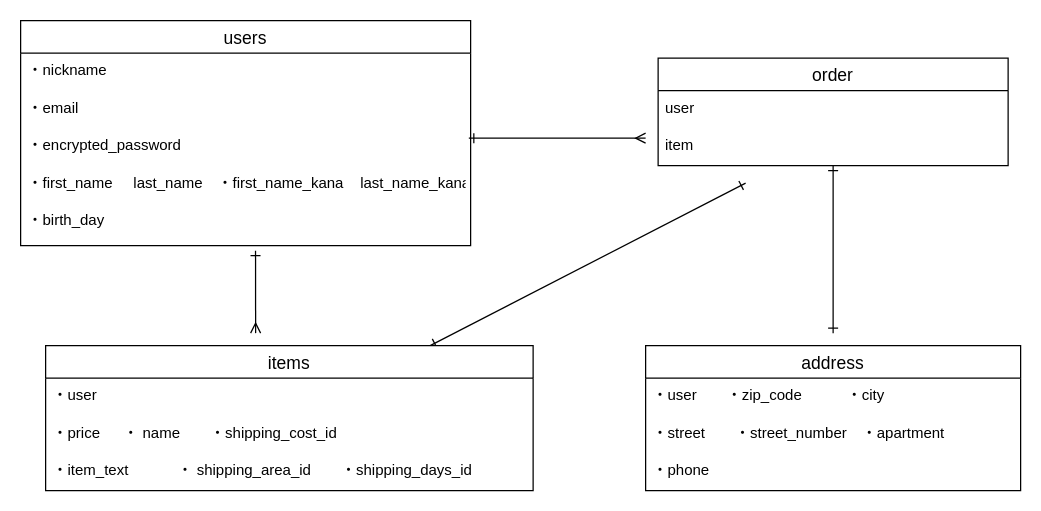
The draw.io diagram test.dio in megumi04/furima-37659, before the edit. Source tidied: cells renumbered, new cells numbered last; positions are measured from the earlier drawing's top-left corner, leaving out a move shared by most shapes. Both pictures are drawn from the tidied source at 125%, with x=0, y=0 at pixel (20, 20).
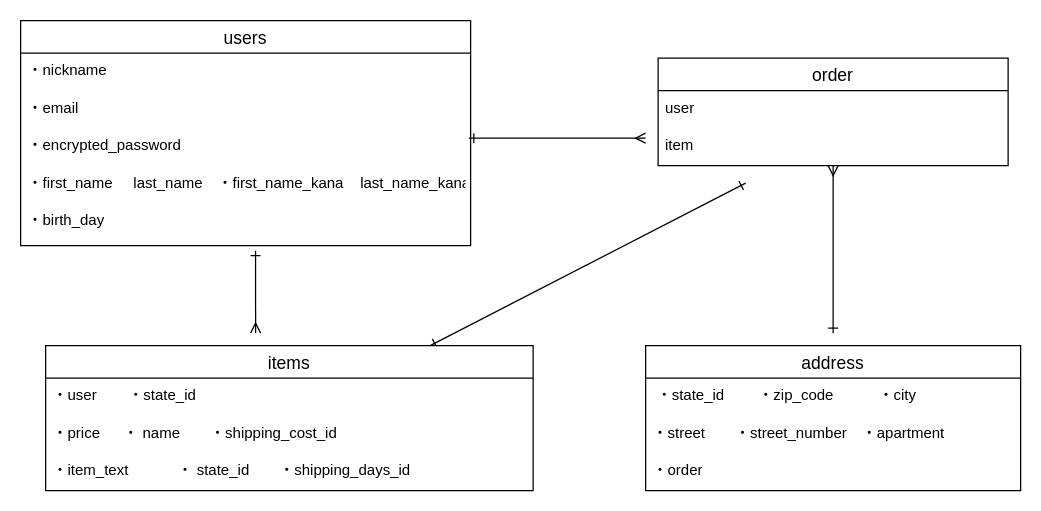
Above is the later version.

The change refers to these unchanged cells:
```xml
<mxCell id="2" value="address" style="swimlane;fontStyle=0;horizontal=1;startSize=26;align=center;fontSize=14;" parent="1" vertex="1">
  <mxGeometry x="500" y="260" width="300" height="116" as="geometry" />
</mxCell>
<mxCell id="7" value="items" style="swimlane;fontStyle=0;horizontal=1;startSize=26;align=center;fontSize=14;" parent="1" vertex="1">
  <mxGeometry x="20" y="260" width="390" height="116" as="geometry" />
</mxCell>
<mxCell id="20" value="order" style="swimlane;fontStyle=0;horizontal=1;startSize=26;align=center;fontSize=14;" parent="1" vertex="1">
  <mxGeometry x="510" y="30" width="280" height="86" as="geometry" />
</mxCell>
```

Change to the diagram source:
```diff
@@
-    <mxCell id="3" value="・user　　・zip_code　　　・city" style="text;strokeColor=none;fillColor=none;spacingLeft=4;spacingRight=4;overflow=hidden;fontSize=12;" parent="2" vertex="1">
+    <mxCell id="3" value=" ・state_id 　　・zip_code　　　・city" style="text;strokeColor=none;fillColor=none;spacingLeft=4;spacingRight=4;overflow=hidden;fontSize=12;" parent="2" vertex="1">
       <mxGeometry y="26" width="300" height="30" as="geometry" />
     </mxCell>
@@
-    <mxCell id="5" value="・phone" style="text;strokeColor=none;fillColor=none;spacingLeft=4;spacingRight=4;overflow=hidden;fontSize=12;" parent="2" vertex="1">
+    <mxCell id="5" value="・order" style="text;strokeColor=none;fillColor=none;spacingLeft=4;spacingRight=4;overflow=hidden;fontSize=12;" parent="2" vertex="1">
       <mxGeometry y="86" width="300" height="30" as="geometry" />
     </mxCell>
@@
-    <mxCell id="8" value="・user    　" style="text;strokeColor=none;fillColor=none;spacingLeft=4;spacingRight=4;overflow=hidden;fontSize=12;" parent="7" vertex="1">
+    <mxCell id="8" value="・user    　・state_id" style="text;strokeColor=none;fillColor=none;spacingLeft=4;spacingRight=4;overflow=hidden;fontSize=12;" parent="7" vertex="1">
       <mxGeometry y="26" width="390" height="30" as="geometry" />
     </mxCell>
@@
-    <mxCell id="10" value="・item_text 　　　・ shipping_area_id　　・shipping_days_id&#10;  " style="text;strokeColor=none;fillColor=none;spacingLeft=4;spacingRight=4;overflow=hidden;fontSize=12;" parent="7" vertex="1">
+    <mxCell id="10" value="・item_text 　　　・ state_id　　・shipping_days_id&#10;  " style="text;strokeColor=none;fillColor=none;spacingLeft=4;spacingRight=4;overflow=hidden;fontSize=12;" parent="7" vertex="1">
       <mxGeometry y="86" width="390" height="30" as="geometry" />
     </mxCell>
@@
-    <mxCell id="19" style="edgeStyle=none;html=1;startArrow=ERone;startFill=0;endArrow=ERone;endFill=0;" parent="1" edge="1" source="20">
+    <mxCell id="19" style="edgeStyle=none;html=1;startArrow=ERmany;startFill=0;endArrow=ERone;endFill=0;" parent="1" edge="1" source="20">
       <mxGeometry relative="1" as="geometry">
         <mxPoint x="650" y="250" as="targetPoint" />
       </mxGeometry>
     </mxCell>
```
